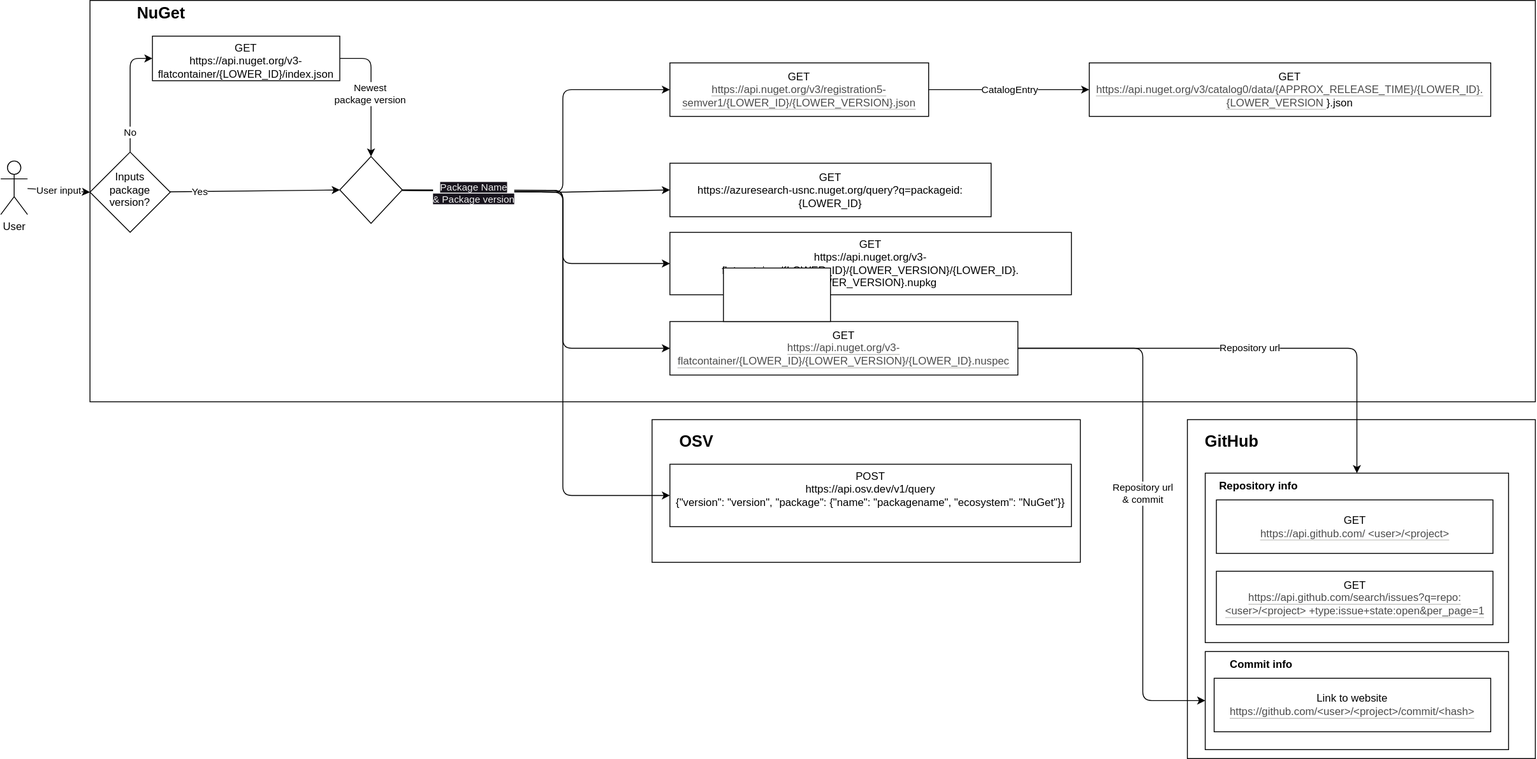
Earlier version of the draw.io export Images/Api_flow.drawio.svg (HallvardMM/AutoTrust). Source tidied: cells renumbered, new cells last; positions are measured from the earlier drawing's top-left corner, leaving out a move shared by most shapes.
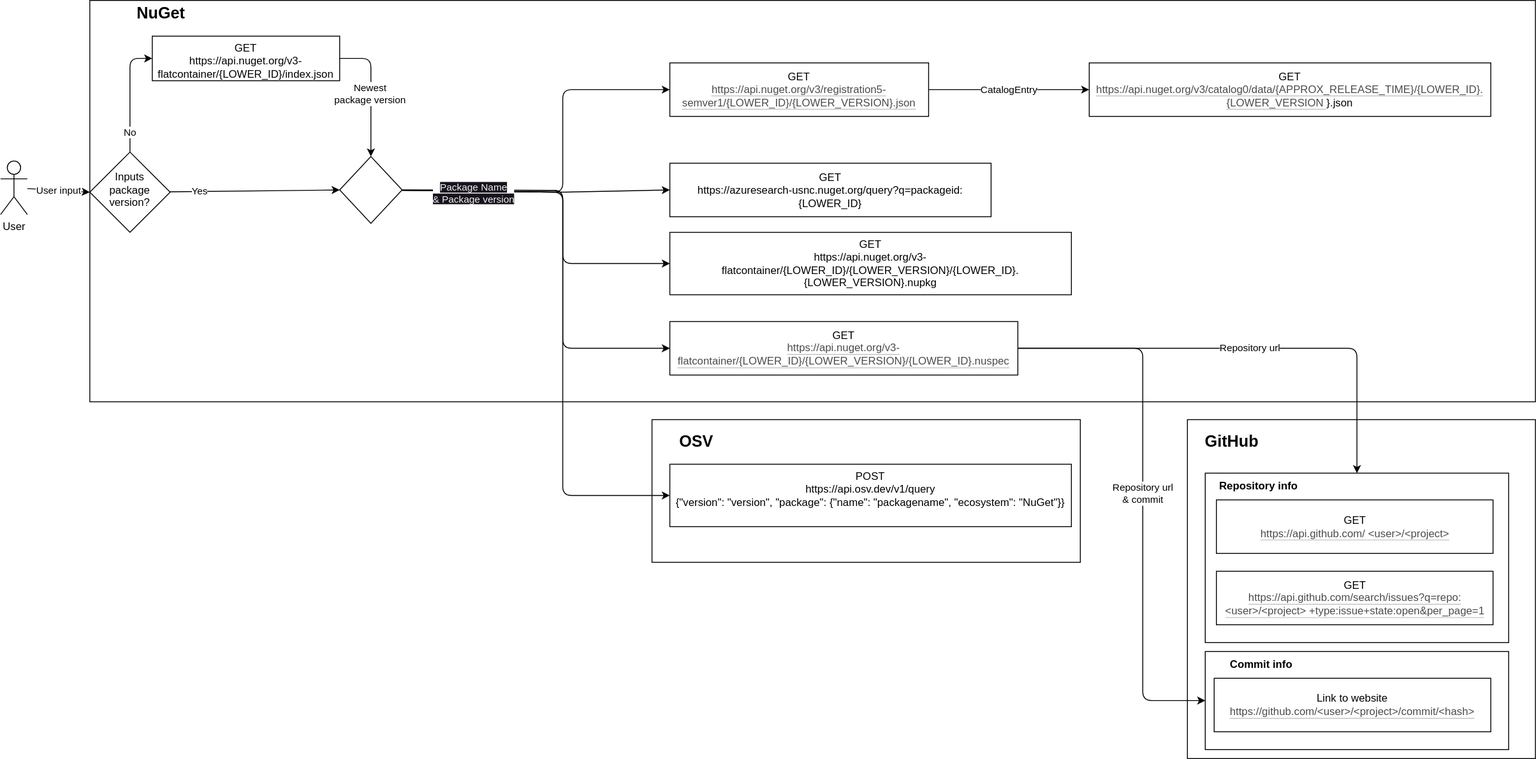
After the commit.

What changed in the source:
```diff
@@ -160,8 +160,5 @@
     <mxCell id="39" value="&lt;b&gt;OSV&lt;/b&gt;" style="text;html=1;strokeColor=none;fillColor=none;align=center;verticalAlign=middle;whiteSpace=wrap;rounded=0;fontSize=18;" parent="1" vertex="1">
       <mxGeometry x="750" y="480" width="60" height="30" as="geometry" />
     </mxCell>
-    <mxCell id="40" style="rounded=0;whiteSpace=wrap;html=1;fontSize=18;" parent="1" vertex="1">
-      <mxGeometry x="810" y="300" width="120" height="60" as="geometry" />
-    </mxCell>
   </root>
 </mxGraphModel>
```
